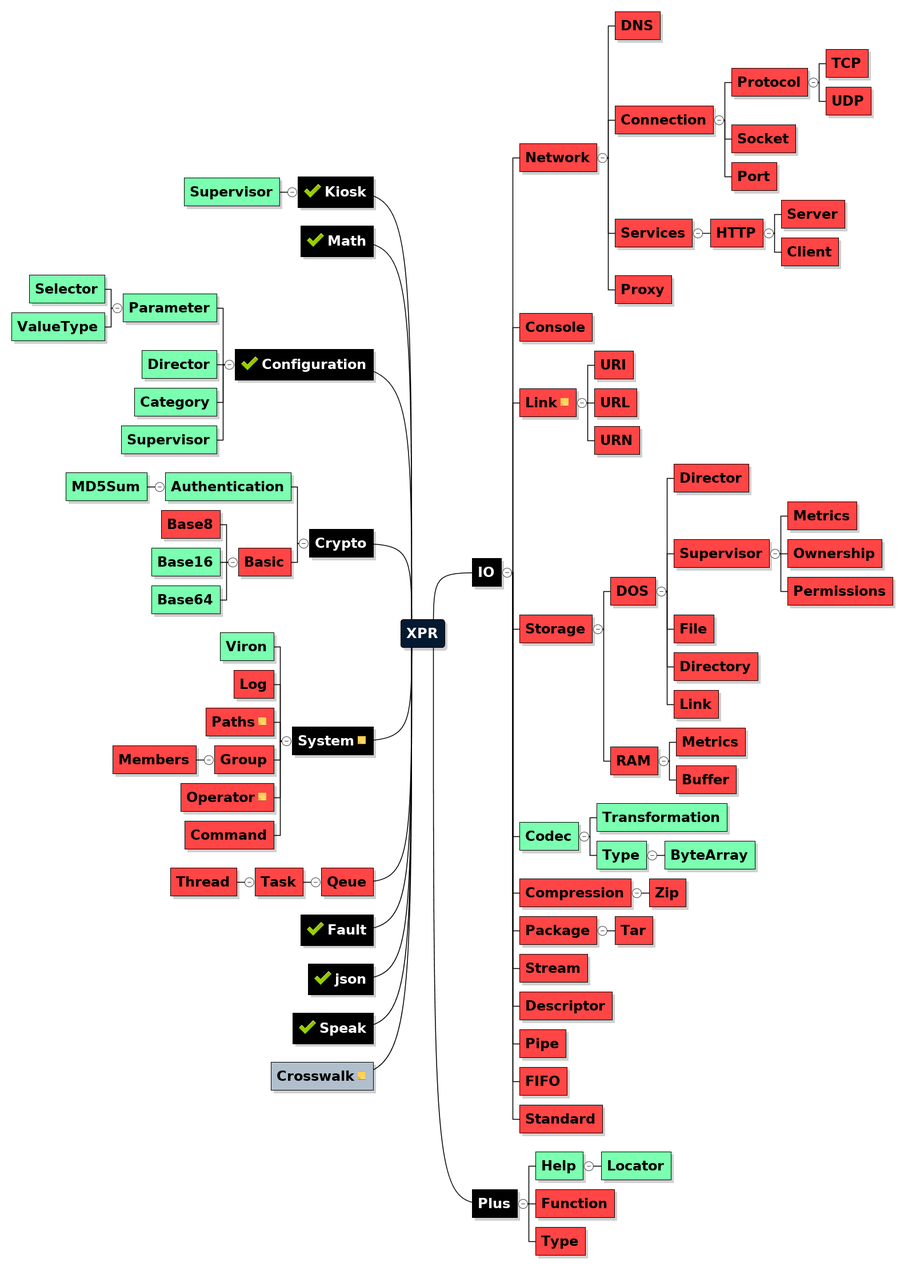
hypersoft/XPR keeps this Mermaid diagram as XPR-MAP.png. Above is the earlier version. Its source is kept beside it as XPR-MAP.mmd.
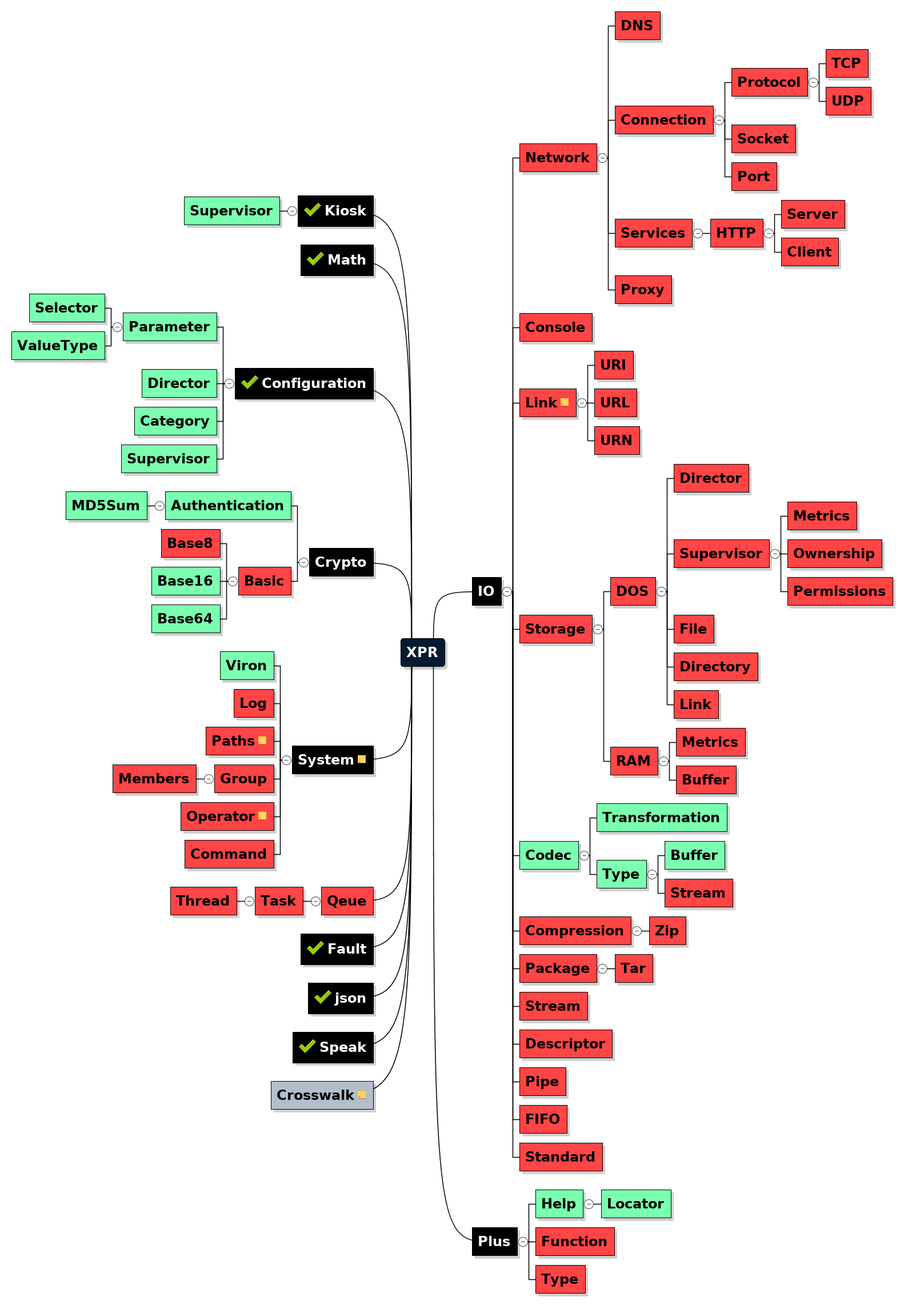
After the commit.

Change to the diagram source:
```diff
@@ -215,8 +215,12 @@
 > fillColor=`#7BFFB0`,textColor=`#000000`
 
 
-##### ByteArray
+##### Buffer
 > fillColor=`#7BFFB0`,textColor=`#000000`
+
+
+##### Stream
+> collapsed=`true`,fillColor=`#FF4545`
 
 
 ### Compression
```
